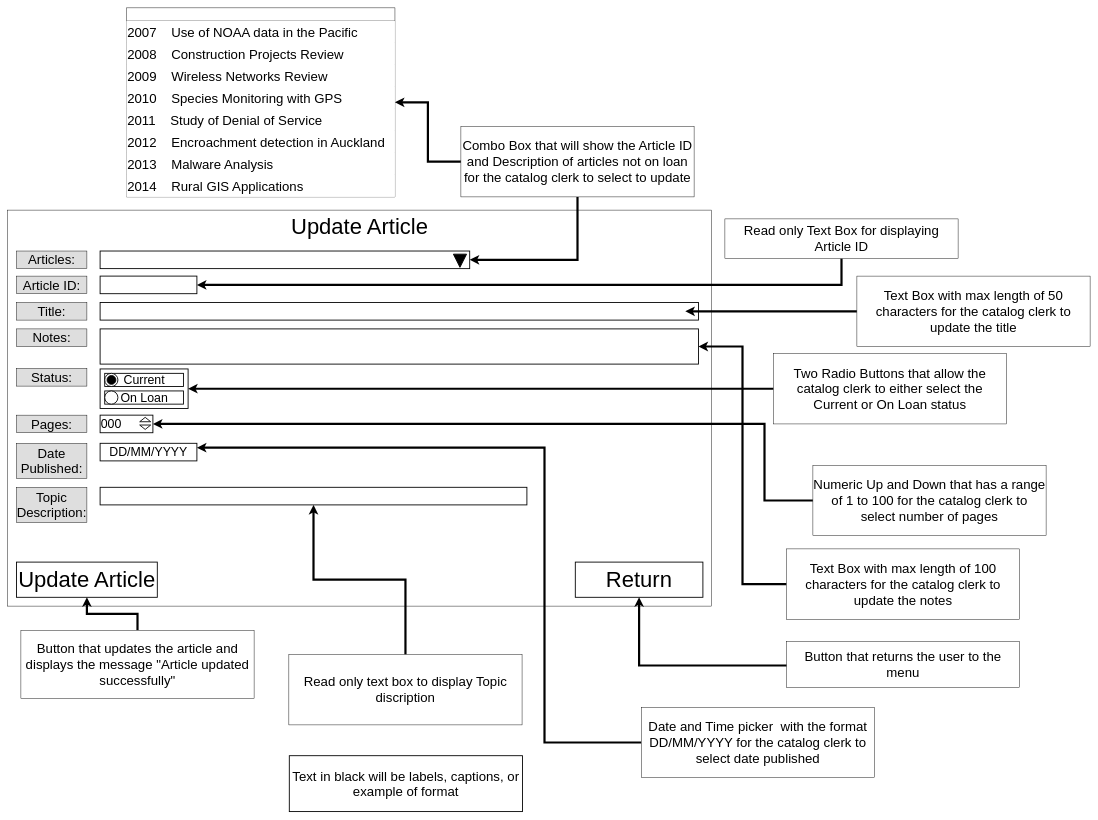
guywhohasagun/5603ass2 keeps this draw.io diagram as UpdateArticle.drawio. Above is the earlier version. Source tidied: cells renumbered, new cells numbered last; positions are measured from the earlier drawing's top-left corner, leaving out a move shared by most shapes. Both pictures are drawn from the tidied source at 44%, with x=0, y=0 at pixel (7, 7).
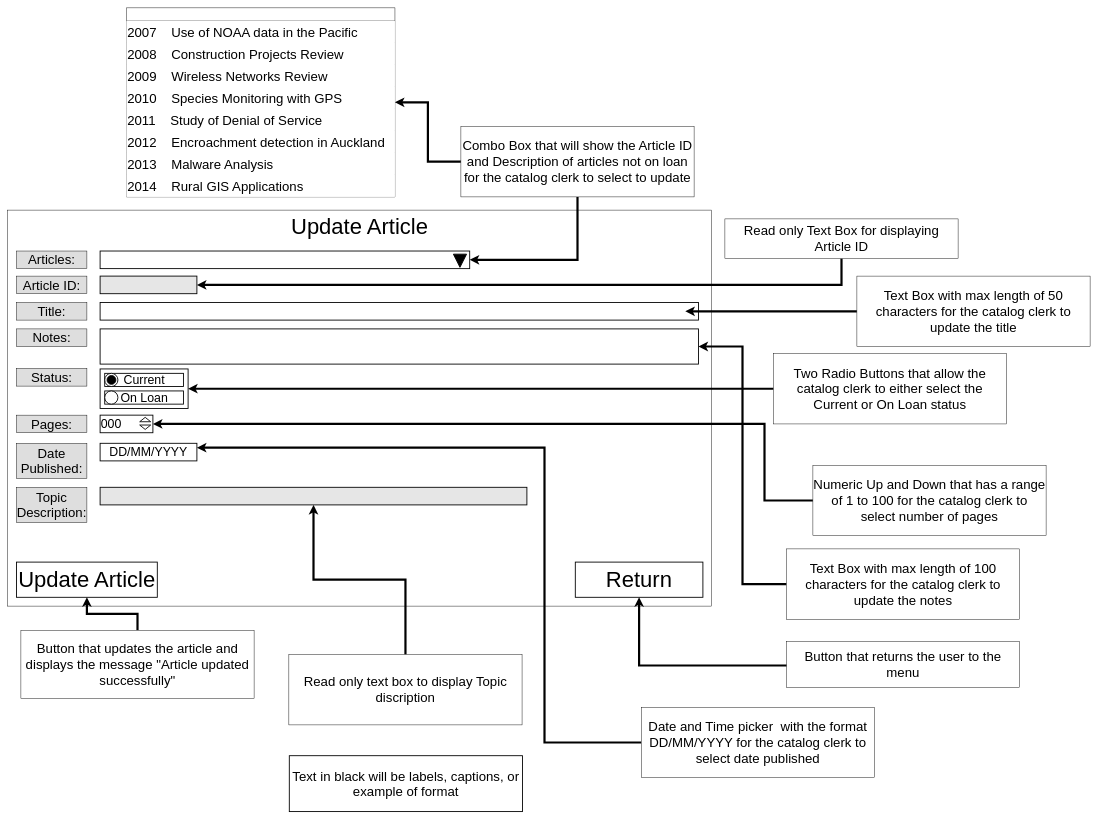
Above is the later version.

Diff of the diagram source:
```diff
@@
-    <mxCell id="58" style="rounded=0;whiteSpace=wrap;html=1;strokeColor=default;fontSize=28;align=left;strokeWidth=2;" parent="1" vertex="1">
+    <mxCell id="58" style="rounded=0;whiteSpace=wrap;html=1;strokeColor=default;fontSize=28;align=left;strokeWidth=2;fillColor=#E6E6E6;" parent="1" vertex="1">
       <mxGeometry x="210" y="610" width="220" height="40" as="geometry" />
     </mxCell>
-    <mxCell id="59" style="rounded=0;whiteSpace=wrap;html=1;strokeColor=default;fontSize=28;align=left;strokeWidth=2;" parent="1" vertex="1">
+    <mxCell id="59" style="rounded=0;whiteSpace=wrap;html=1;strokeColor=default;fontSize=28;align=left;strokeWidth=2;fillColor=#E6E6E6;" parent="1" vertex="1">
       <mxGeometry x="210" y="1090" width="970" height="40" as="geometry" />
     </mxCell>
```
